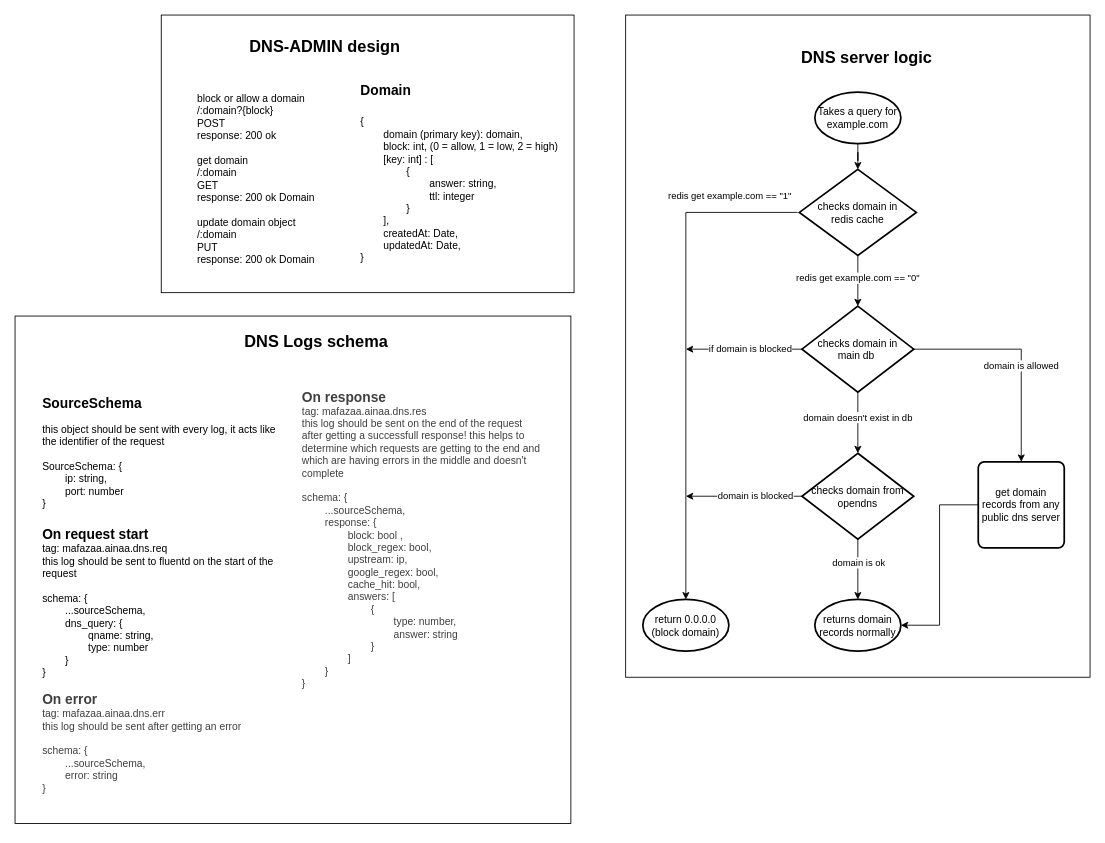
ahmed-elbehairy7/mafazaa-system-design keeps this draw.io diagram as page "DNS" (3 of 3) of ainaa.drawio. Above is the earlier version. Source tidied: cells renumbered, new cells numbered last; positions are measured from the earlier drawing's top-left corner, leaving out a move shared by most shapes. Both pictures are drawn from the tidied source at 86%, with x=0, y=0 at pixel (15, 15).
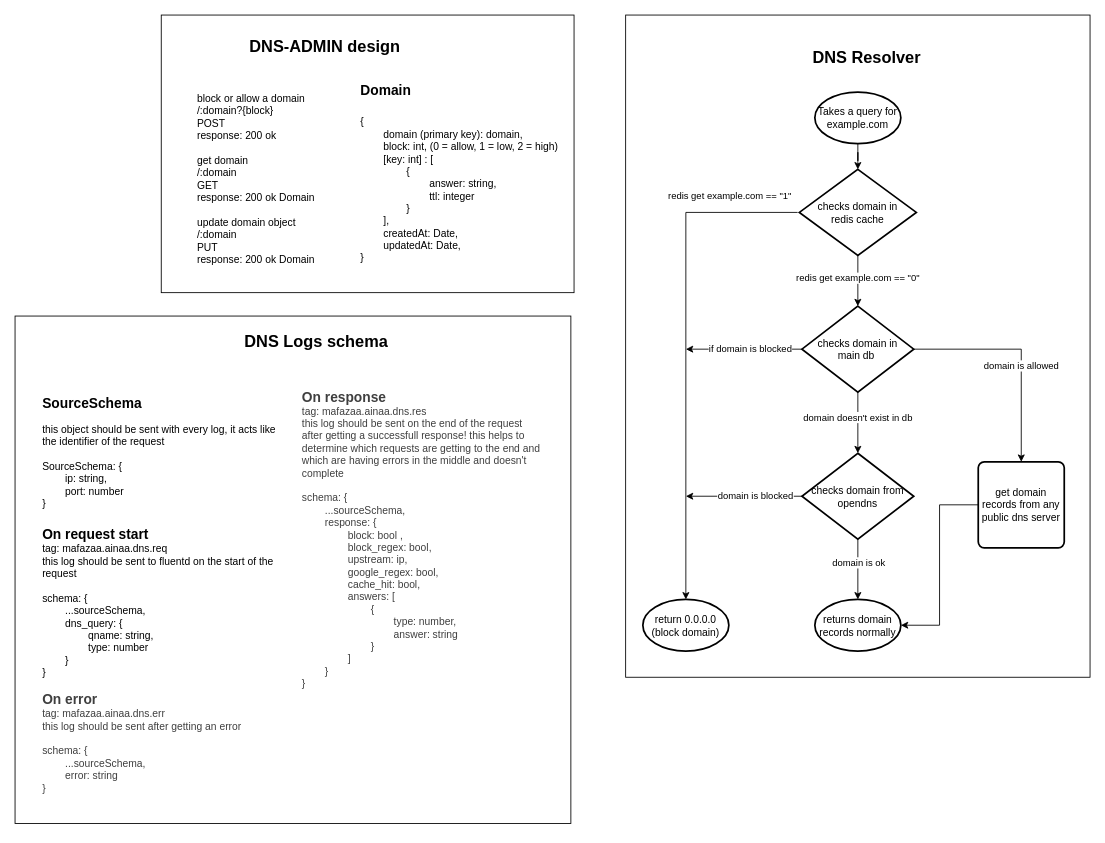
After the change.

Commit message:
renamed dns logic to dns resolver

Unchanged cells that the change refers to:
```xml
<mxCell id="2" style="group;" parent="1" vertex="1">
  <mxGeometry x="710" width="540" height="770" as="geometry" />
</mxCell>
```

Change to the diagram source:
```diff
@@
-    <mxCell id="27" value="DNS server logic" style="text;html=1;align=center;verticalAlign=middle;strokeColor=none;fillColor=none;fontSize=19;fontStyle=1;" parent="2" vertex="1">
-      <mxGeometry x="195" y="30" width="170" height="40" as="geometry" />
+    <mxCell id="27" value="DNS Resolver" style="text;html=1;align=center;verticalAlign=middle;strokeColor=none;fillColor=none;fontSize=19;fontStyle=1;" parent="2" vertex="1">
+      <mxGeometry x="210" y="30" width="140" height="40" as="geometry" />
     </mxCell>
```
